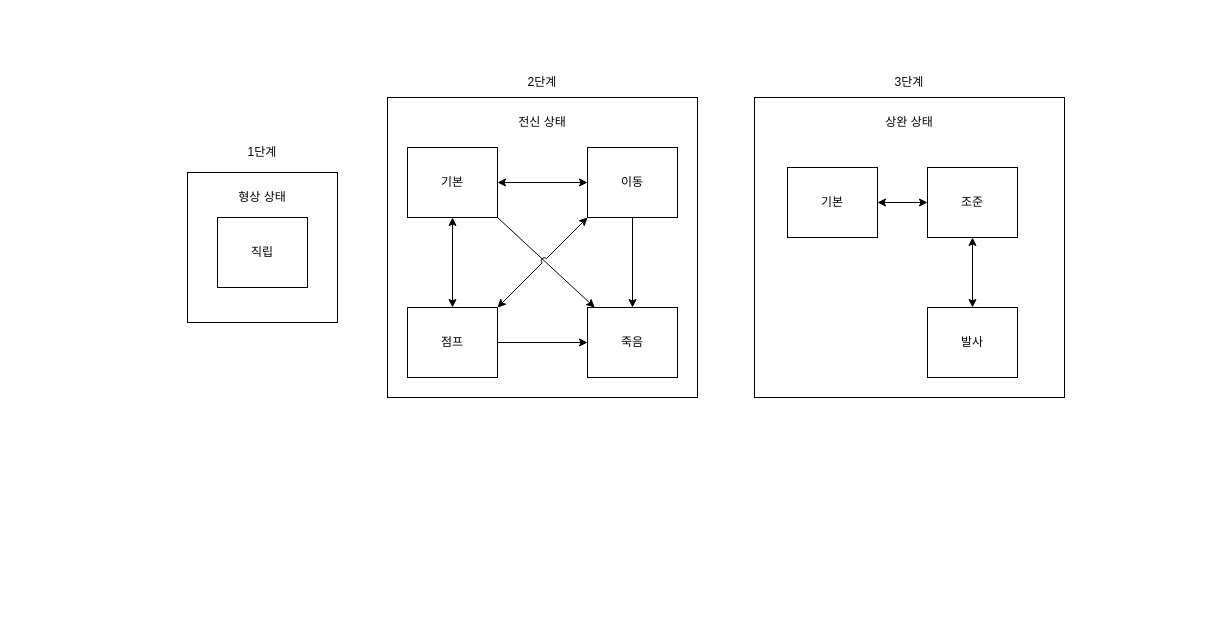
FChaGD/ProjectUnreal keeps this draw.io diagram as 기획/자료/캐릭터 상태머신.drawio. Above is the earlier version. Source tidied: cells renumbered, new cells numbered last; positions are measured from the earlier drawing's top-left corner, leaving out a move shared by most shapes. Both pictures are drawn from the tidied source at 100%, with x=0, y=0 at pixel (147, 17).
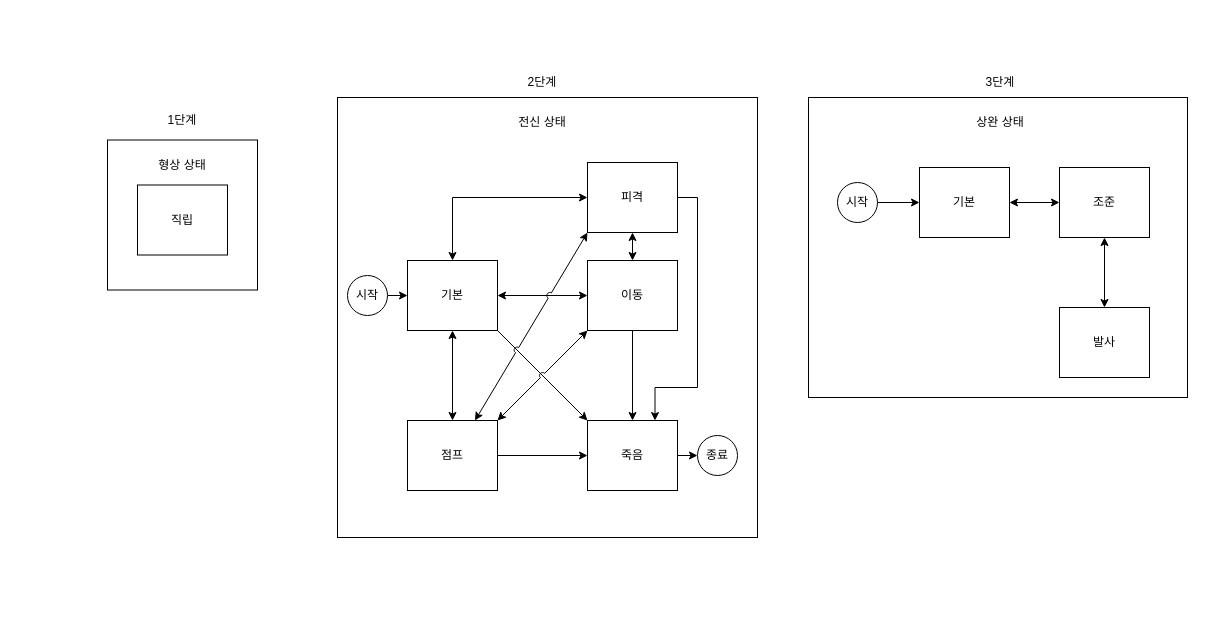
The same page after the edit.

Diff of the diagram source:
```diff
@@
     <mxCell id="2" style="rounded=0;whiteSpace=wrap;html=1;fillColor=none;strokeColor=none;" parent="1" vertex="1">
-      <mxGeometry width="980" height="460" as="geometry" />
+      <mxGeometry x="-130" width="1190" height="610" as="geometry" />
     </mxCell>
     <mxCell id="3" style="rounded=0;whiteSpace=wrap;html=1;" parent="1" vertex="1">
-      <mxGeometry x="607" y="80" width="310" height="300" as="geometry" />
+      <mxGeometry x="661" y="80" width="379" height="300" as="geometry" />
     </mxCell>
     <mxCell id="4" value="상완 상태" style="text;html=1;align=center;verticalAlign=middle;whiteSpace=wrap;rounded=0;" parent="1" vertex="1">
-      <mxGeometry x="697" y="90" width="130" height="30" as="geometry" />
+      <mxGeometry x="788" y="90" width="130" height="30" as="geometry" />
     </mxCell>
     <mxCell id="5" style="rounded=0;whiteSpace=wrap;html=1;" parent="1" vertex="1">
-      <mxGeometry x="240" y="80" width="310" height="300" as="geometry" />
+      <mxGeometry x="190" y="80" width="420" height="440" as="geometry" />
     </mxCell>
+    <mxCell id="28" style="edgeStyle=orthogonalEdgeStyle;rounded=0;jettySize=auto;html=1;exitX=0.5;exitY=0;exitDx=0;exitDy=0;entryX=0;entryY=0.5;entryDx=0;entryDy=0;startArrow=classic;startFill=1;" parent="1" edge="1" source="6" target="32">
+      <mxGeometry relative="1" as="geometry" />
+    </mxCell>
     <mxCell id="6" value="기본" style="rounded=0;whiteSpace=wrap;html=1;" parent="1" vertex="1">
-      <mxGeometry x="260" y="130" width="90" height="70" as="geometry" />
+      <mxGeometry x="260" y="243" width="90" height="70" as="geometry" />
     </mxCell>
     <mxCell id="7" value="조준" style="rounded=0;whiteSpace=wrap;html=1;" parent="1" vertex="1">
-      <mxGeometry x="780" y="150" width="90" height="70" as="geometry" />
+      <mxGeometry x="912" y="150" width="90" height="70" as="geometry" />
     </mxCell>
+    <mxCell id="29" style="edgeStyle=orthogonalEdgeStyle;rounded=0;jettySize=auto;html=1;exitX=1;exitY=0.5;exitDx=0;exitDy=0;entryX=0;entryY=0.5;entryDx=0;entryDy=0;" parent="1" edge="1" source="8" target="35">
+      <mxGeometry relative="1" as="geometry" />
+    </mxCell>
     <mxCell id="8" value="죽음" style="rounded=0;whiteSpace=wrap;html=1;" parent="1" vertex="1">
-      <mxGeometry x="440" y="290" width="90" height="70" as="geometry" />
+      <mxGeometry x="440" y="403" width="90" height="70" as="geometry" />
     </mxCell>
     <mxCell id="9" value="이동" style="rounded=0;whiteSpace=wrap;html=1;" parent="1" vertex="1">
-      <mxGeometry x="440" y="130" width="90" height="70" as="geometry" />
+      <mxGeometry x="440" y="243" width="90" height="70" as="geometry" />
     </mxCell>
     <mxCell id="10" value="발사" style="rounded=0;whiteSpace=wrap;html=1;" parent="1" vertex="1">
-      <mxGeometry x="780" y="290" width="90" height="70" as="geometry" />
+      <mxGeometry x="912" y="290" width="90" height="70" as="geometry" />
     </mxCell>
@@
-    <mxCell id="13" style="endArrow=classic;html=1;rounded=0;exitX=1;exitY=1;exitDx=0;exitDy=0;" parent="1" edge="1" source="6" target="8">
+    <mxCell id="13" style="endArrow=classic;html=1;rounded=0;exitX=1;exitY=1;exitDx=0;exitDy=0;entryX=0;entryY=0;entryDx=0;entryDy=0;" parent="1" edge="1" source="6" target="8">
       <mxGeometry relative="1" as="geometry" />
     </mxCell>
@@
     <mxCell id="15" value="점프" style="rounded=0;whiteSpace=wrap;html=1;" parent="1" vertex="1">
-      <mxGeometry x="260" y="290" width="90" height="70" as="geometry" />
+      <mxGeometry x="260" y="403" width="90" height="70" as="geometry" />
     </mxCell>
@@
     <mxCell id="20" value="기본" style="rounded=0;whiteSpace=wrap;html=1;" parent="1" vertex="1">
-      <mxGeometry x="640" y="150" width="90" height="70" as="geometry" />
+      <mxGeometry x="772" y="150" width="90" height="70" as="geometry" />
     </mxCell>
@@
     <mxCell id="22" style="rounded=0;whiteSpace=wrap;html=1;" parent="1" vertex="1">
-      <mxGeometry x="40" y="155" width="150" height="150" as="geometry" />
+      <mxGeometry x="-40" y="122.5" width="150" height="150" as="geometry" />
     </mxCell>
     <mxCell id="23" value="직립" style="rounded=0;whiteSpace=wrap;html=1;" parent="1" vertex="1">
-      <mxGeometry x="70" y="200" width="90" height="70" as="geometry" />
+      <mxGeometry x="-10" y="167.5" width="90" height="70" as="geometry" />
     </mxCell>
     <mxCell id="24" value="형상 상태" style="text;html=1;align=center;verticalAlign=middle;whiteSpace=wrap;rounded=0;" parent="1" vertex="1">
-      <mxGeometry x="50" y="165" width="130" height="30" as="geometry" />
+      <mxGeometry x="-30" y="132.5" width="130" height="30" as="geometry" />
     </mxCell>
     <mxCell id="25" value="1단계" style="text;html=1;align=center;verticalAlign=middle;whiteSpace=wrap;rounded=0;" parent="1" vertex="1">
-      <mxGeometry x="85" y="120" width="60" height="30" as="geometry" />
+      <mxGeometry x="5" y="87.5" width="60" height="30" as="geometry" />
     </mxCell>
@@
     <mxCell id="27" value="3단계" style="text;html=1;align=center;verticalAlign=middle;whiteSpace=wrap;rounded=0;" parent="1" vertex="1">
-      <mxGeometry x="732" y="50" width="60" height="30" as="geometry" />
+      <mxGeometry x="823" y="50" width="60" height="30" as="geometry" />
     </mxCell>
+    <mxCell id="30" style="edgeStyle=orthogonalEdgeStyle;rounded=0;jettySize=auto;html=1;exitX=1;exitY=0.5;exitDx=0;exitDy=0;entryX=0.75;entryY=0;entryDx=0;entryDy=0;" parent="1" edge="1" source="32" target="8">
+      <mxGeometry relative="1" as="geometry">
+        <Array as="points">
+          <mxPoint x="550" y="180" />
+          <mxPoint x="550" y="370" />
+          <mxPoint x="508" y="370" />
+        </Array>
+      </mxGeometry>
+    </mxCell>
+    <mxCell id="31" style="edgeStyle=orthogonalEdgeStyle;rounded=0;jettySize=auto;html=1;entryX=0.5;entryY=0;entryDx=0;entryDy=0;startArrow=classic;startFill=1;" parent="1" edge="1" source="32" target="9">
+      <mxGeometry relative="1" as="geometry" />
+    </mxCell>
+    <mxCell id="32" value="피격" style="rounded=0;whiteSpace=wrap;html=1;" parent="1" vertex="1">
+      <mxGeometry x="440" y="145" width="90" height="70" as="geometry" />
+    </mxCell>
+    <mxCell id="33" style="edgeStyle=orthogonalEdgeStyle;rounded=0;jettySize=auto;html=1;exitX=1;exitY=0.5;exitDx=0;exitDy=0;entryX=0;entryY=0.5;entryDx=0;entryDy=0;" parent="1" edge="1" source="34" target="6">
+      <mxGeometry relative="1" as="geometry" />
+    </mxCell>
+    <mxCell id="34" value="시작" style="ellipse;whiteSpace=wrap;html=1;" parent="1" vertex="1">
+      <mxGeometry x="200" y="258" width="40" height="40" as="geometry" />
+    </mxCell>
+    <mxCell id="35" value="종료" style="ellipse;whiteSpace=wrap;html=1;" parent="1" vertex="1">
+      <mxGeometry x="550" y="418" width="40" height="40" as="geometry" />
+    </mxCell>
+    <mxCell id="36" style="endArrow=classic;startArrow=classic;html=1;rounded=0;entryX=0;entryY=1;entryDx=0;entryDy=0;exitX=0.75;exitY=0;exitDx=0;exitDy=0;jumpStyle=arc;" parent="1" edge="1" source="15" target="32">
+      <mxGeometry relative="1" as="geometry" />
+    </mxCell>
+    <mxCell id="37" style="edgeStyle=orthogonalEdgeStyle;rounded=0;jettySize=auto;html=1;exitX=1;exitY=0.5;exitDx=0;exitDy=0;entryX=0;entryY=0.5;entryDx=0;entryDy=0;" parent="1" edge="1" source="38" target="20">
+      <mxGeometry relative="1" as="geometry" />
+    </mxCell>
+    <mxCell id="38" value="시작" style="ellipse;whiteSpace=wrap;html=1;" parent="1" vertex="1">
+      <mxGeometry x="690" y="165" width="40" height="40" as="geometry" />
+    </mxCell>
```
